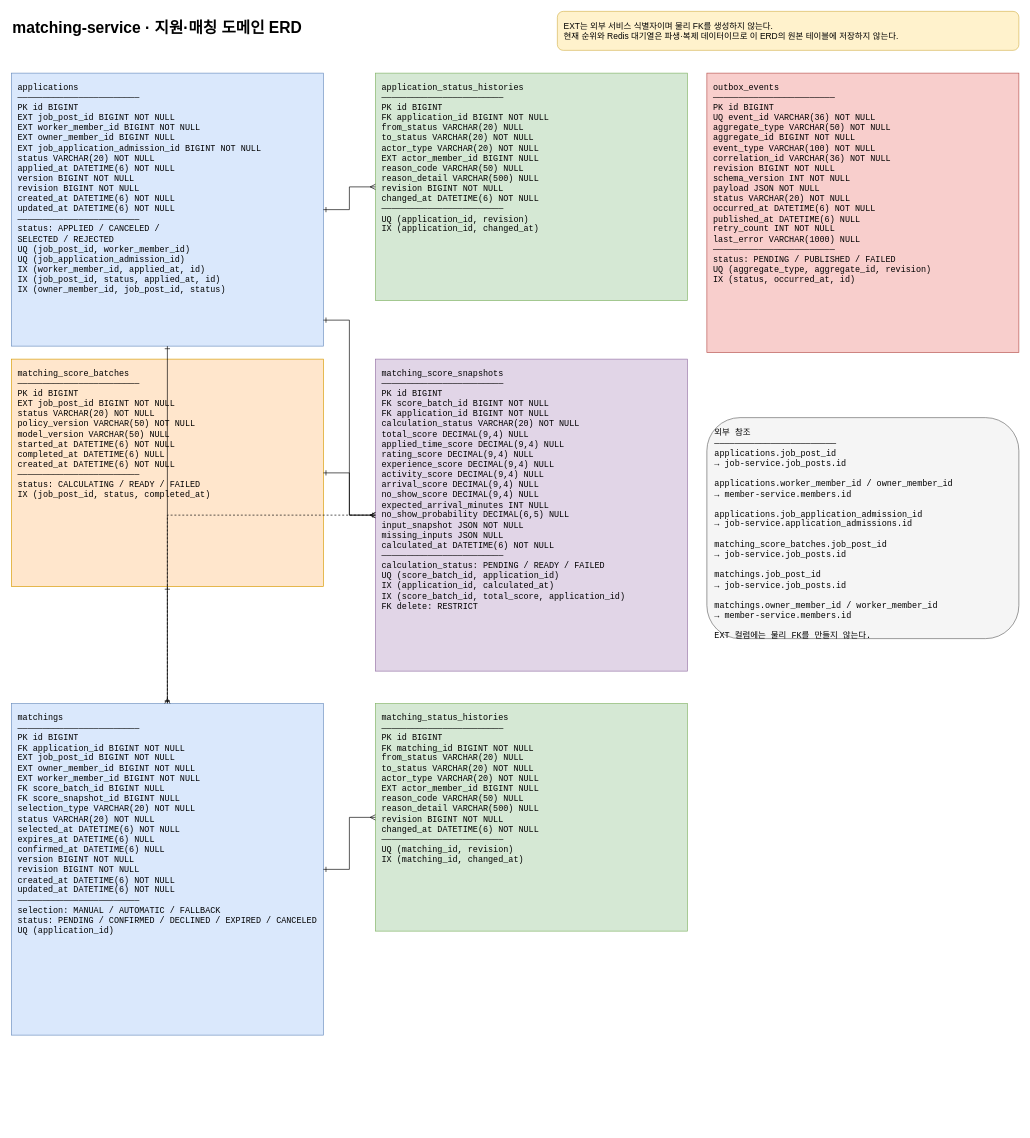
404-Worker-Not-Found/BE keeps this draw.io diagram as docs/architecture/matching-application-erd.drawio. Above is the earlier version. Source tidied: cells renumbered, new cells numbered last; positions are measured from the earlier drawing's top-left corner, leaving out a move shared by most shapes. Both pictures are drawn from the tidied source at 65%, with x=0, y=0 at pixel (11, 11).
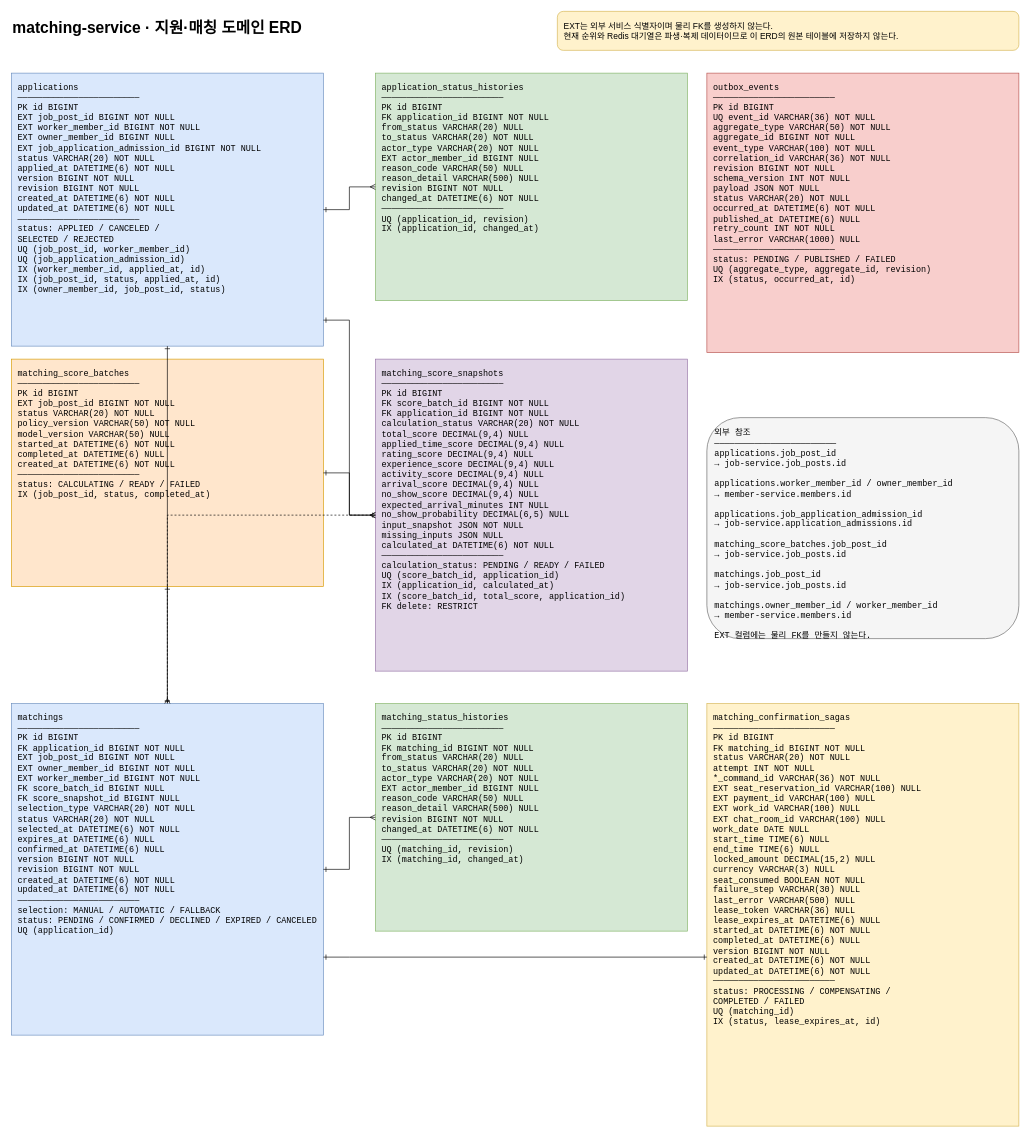
Above is the later version.

The change refers to these unchanged cells:
```xml
<mxCell id="10" value="matchings&#10;────────────────────────&#10;PK  id BIGINT&#10;FK  application_id BIGINT NOT NULL&#10;EXT job_post_id BIGINT NOT NULL&#10;EXT owner_member_id BIGINT NOT NULL&#10;EXT worker_member_id BIGINT NOT NULL&#10;FK  score_batch_id BIGINT NULL&#10;FK  score_snapshot_id BIGINT NULL&#10;    selection_type VARCHAR(20) NOT NULL&#10;    status VARCHAR(20) NOT NULL&#10;    selected_at DATETIME(6) NOT NULL&#10;    expires_at DATETIME(6) NULL&#10;    confirmed_at DATETIME(6) NULL&#10;    version BIGINT NOT NULL&#10;    revision BIGINT NOT NULL&#10;    created_at DATETIME(6) NOT NULL&#10;    updated_at DATETIME(6) NOT NULL&#10;────────────────────────&#10;selection: MANUAL / AUTOMATIC / FALLBACK&#10;status: PENDING / CONFIRMED / DECLINED / EXPIRED / CANCELED&#10;UQ (application_id)" style="rounded=0;whiteSpace=wrap;html=1;fillColor=#dae8fc;strokeColor=#6c8ebf;align=left;verticalAlign=top;spacing=10;fontFamily=Courier New;fontSize=13;" parent="1" vertex="1">
  <mxGeometry y="1065" width="480" height="510" as="geometry" />
</mxCell>
```

Change to the diagram source:
```diff
@@
+    <mxCell id="19" value="matching_confirmation_sagas&#10;────────────────────────&#10;PK  id BIGINT&#10;FK  matching_id BIGINT NOT NULL&#10;    status VARCHAR(20) NOT NULL&#10;    attempt INT NOT NULL&#10;    *_command_id VARCHAR(36) NOT NULL&#10;EXT seat_reservation_id VARCHAR(100) NULL&#10;EXT payment_id VARCHAR(100) NULL&#10;EXT work_id VARCHAR(100) NULL&#10;EXT chat_room_id VARCHAR(100) NULL&#10;    work_date DATE NULL&#10;    start_time TIME(6) NULL&#10;    end_time TIME(6) NULL&#10;    locked_amount DECIMAL(15,2) NULL&#10;    currency VARCHAR(3) NULL&#10;    seat_consumed BOOLEAN NOT NULL&#10;    failure_step VARCHAR(30) NULL&#10;    last_error VARCHAR(500) NULL&#10;    lease_token VARCHAR(36) NULL&#10;    lease_expires_at DATETIME(6) NULL&#10;    started_at DATETIME(6) NOT NULL&#10;    completed_at DATETIME(6) NULL&#10;    version BIGINT NOT NULL&#10;    created_at DATETIME(6) NOT NULL&#10;    updated_at DATETIME(6) NOT NULL&#10;────────────────────────&#10;status: PROCESSING / COMPENSATING /&#10;COMPLETED / FAILED&#10;UQ (matching_id)&#10;IX (status, lease_expires_at, id)" style="rounded=0;whiteSpace=wrap;html=1;fillColor=#fff2cc;strokeColor=#d6b656;align=left;verticalAlign=top;spacing=10;fontFamily=Courier New;fontSize=13;" parent="1" vertex="1">
+      <mxGeometry x="1070" y="1065" width="480" height="650" as="geometry" />
+    </mxCell>
@@
+    <mxCell id="20" style="edgeStyle=orthogonalEdgeStyle;rounded=0;jettySize=auto;html=1;endArrow=ERone;startArrow=ERone;" parent="1" edge="1" source="10" target="19">
+      <mxGeometry relative="1" as="geometry">
+        <Array as="points">
+          <mxPoint x="520" y="1455" />
+          <mxPoint x="1050" y="1455" />
+        </Array>
+      </mxGeometry>
+    </mxCell>
```
